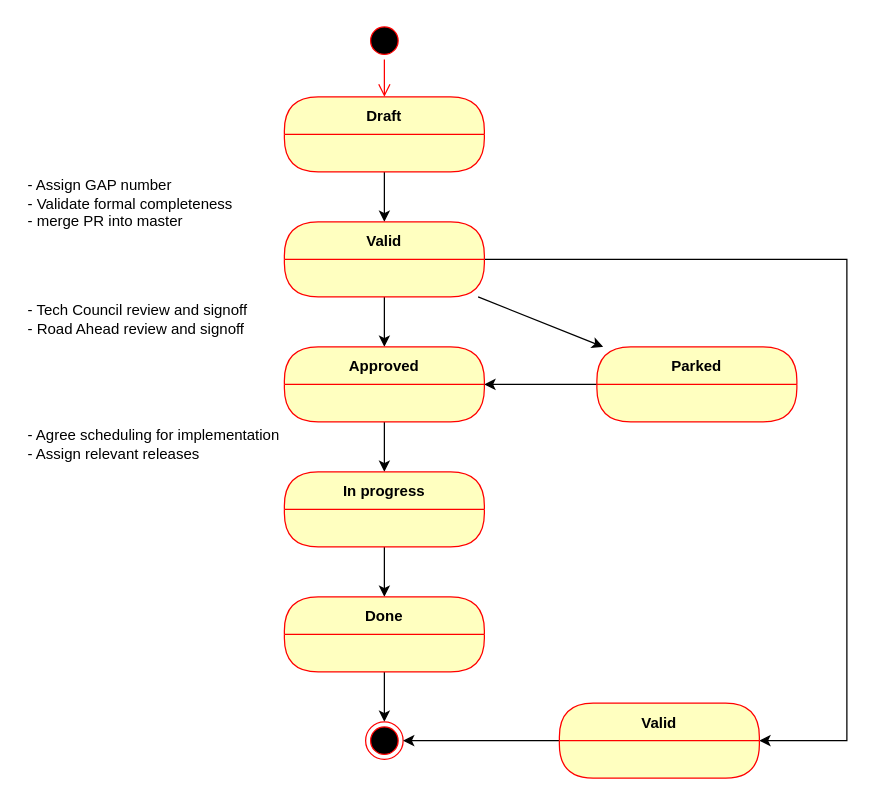
This is gaps/gap-1_gap_process/gap_process.drawio from golemfactory/golem-architecture, a draw.io file, before an edit. Source tidied: cells renumbered, new cells numbered last; positions are measured from the earlier drawing's top-left corner, leaving out a move shared by most shapes. Both pictures are drawn from the tidied source at 125%, with x=0, y=0 at pixel (21, 21).
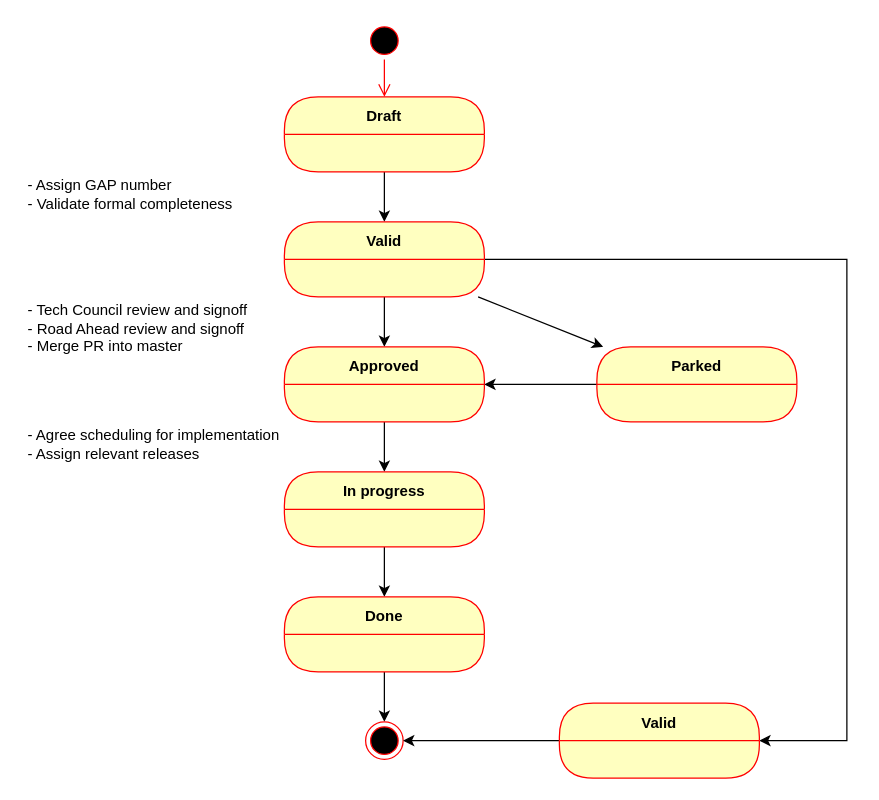
After the change.

Commit message (it also covers changes not shown here):
Errata to process

What changed in the source:
```diff
@@
-    <mxCell id="17" value="&lt;br&gt;- Assign GAP number&lt;br&gt;- Validate formal completeness&lt;br&gt;- merge PR into master" style="text;html=1;strokeColor=none;fillColor=none;spacing=5;spacingTop=-20;whiteSpace=wrap;overflow=hidden;rounded=0;" parent="1" vertex="1">
+    <mxCell id="17" value="&lt;br&gt;- Assign GAP number&lt;br&gt;- Validate formal completeness&lt;br&gt;" style="text;html=1;strokeColor=none;fillColor=none;spacing=5;spacingTop=-20;whiteSpace=wrap;overflow=hidden;rounded=0;" parent="1" vertex="1">
       <mxGeometry y="120" width="190" height="70" as="geometry" />
     </mxCell>
-    <mxCell id="18" value="&lt;br&gt;- Tech Council review and signoff&lt;br&gt;- Road Ahead review and signoff" style="text;html=1;strokeColor=none;fillColor=none;spacing=5;spacingTop=-20;whiteSpace=wrap;overflow=hidden;rounded=0;" parent="1" vertex="1">
+    <mxCell id="18" value="&lt;br&gt;- Tech Council review and signoff&lt;br&gt;- Road Ahead review and signoff&lt;br&gt;- Merge PR into master" style="text;html=1;strokeColor=none;fillColor=none;spacing=5;spacingTop=-20;whiteSpace=wrap;overflow=hidden;rounded=0;" parent="1" vertex="1">
       <mxGeometry y="220" width="190" height="70" as="geometry" />
     </mxCell>
```
